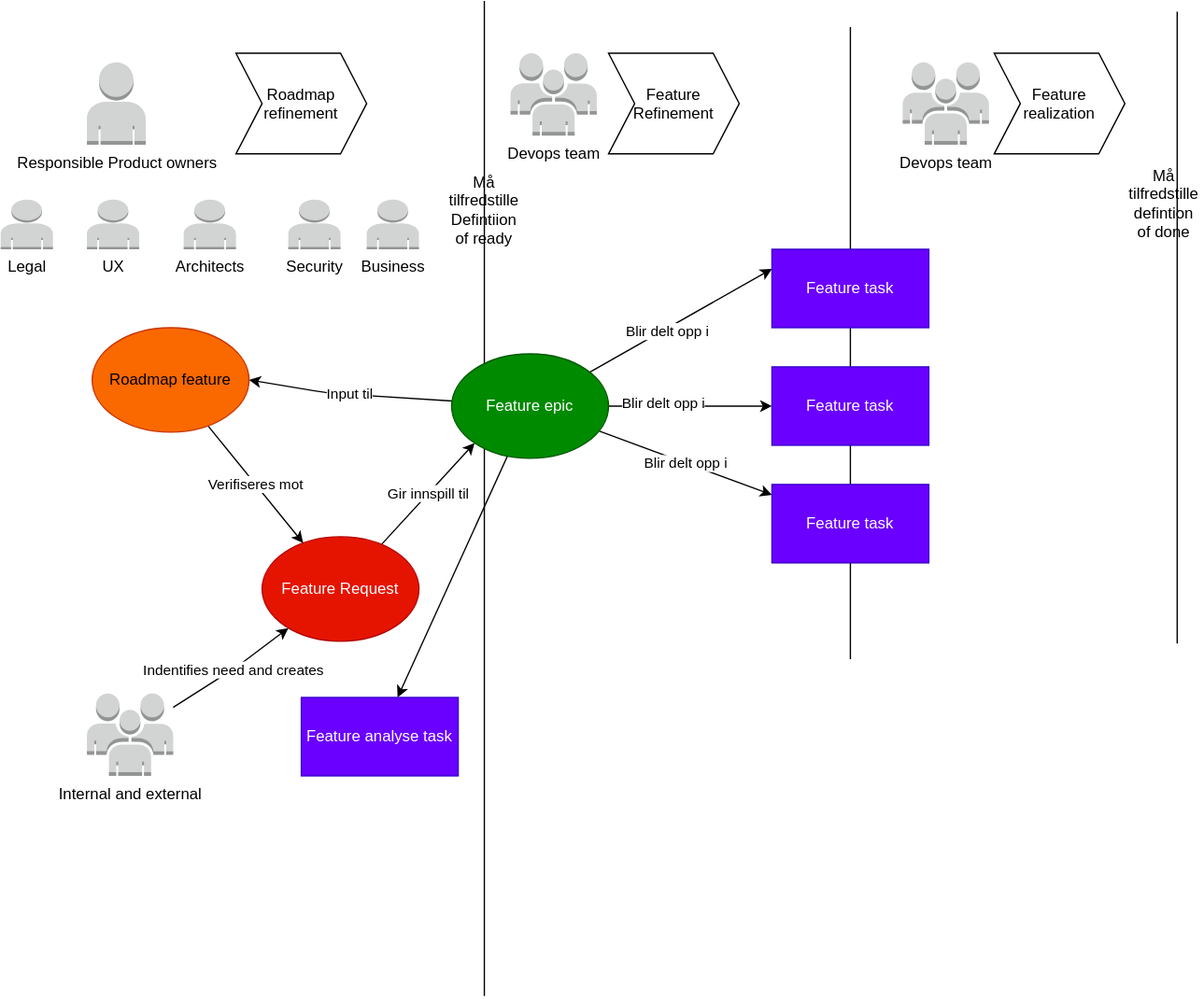
This is content/community/devops/roadmapprocess/roadmapprocess.drawio.svg from Altinn/altinn-studio-docs, a draw.io export, as it was before one commit. Source tidied: cells renumbered, new cells last; positions are measured from the earlier drawing's top-left corner, leaving out a move shared by most shapes.
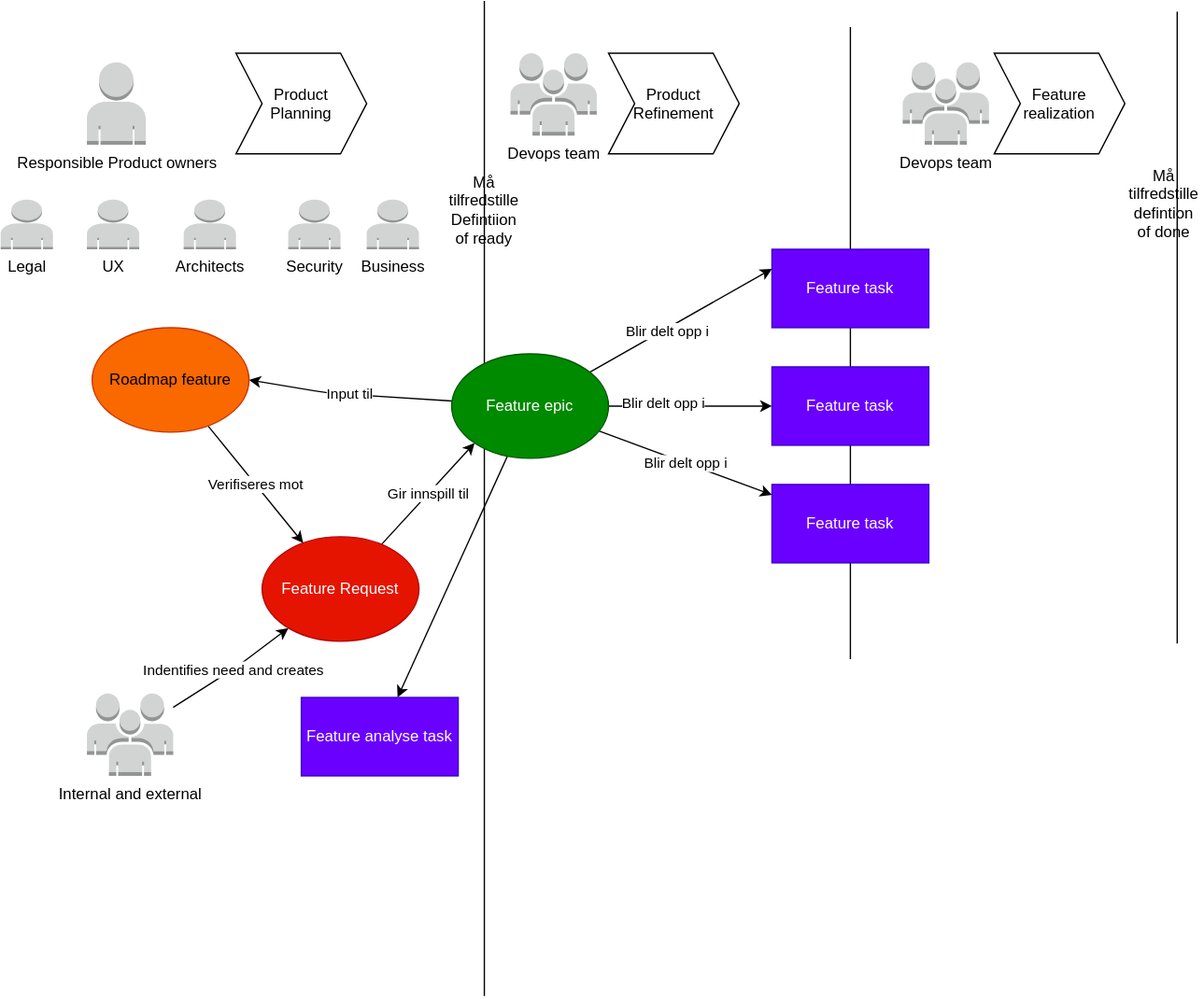
The same file after the commit.

Diff of the diagram source:
```diff
@@ -14,13 +14,13 @@
         <mxPoint x="650" y="20" as="targetPoint" />
       </mxGeometry>
     </mxCell>
-    <mxCell id="4" value="Feature&#10;Refinement" style="shape=step;perimeter=stepPerimeter;fixedSize=1;" parent="1" vertex="1">
+    <mxCell id="4" value="Product&#10;Refinement" style="shape=step;perimeter=stepPerimeter;fixedSize=1;" parent="1" vertex="1">
       <mxGeometry x="465" y="40" width="100" height="77" as="geometry" />
     </mxCell>
     <mxCell id="5" value="Feature&#10;realization" style="shape=step;perimeter=stepPerimeter;fixedSize=1;" parent="1" vertex="1">
       <mxGeometry x="760" y="40" width="100" height="77" as="geometry" />
     </mxCell>
-    <mxCell id="6" value="Roadmap &#10;refinement" style="shape=step;perimeter=stepPerimeter;fixedSize=1;" parent="1" vertex="1">
+    <mxCell id="6" value="Product &#10;Planning" style="shape=step;perimeter=stepPerimeter;fixedSize=1;" parent="1" vertex="1">
       <mxGeometry x="180" y="40" width="100" height="77" as="geometry" />
     </mxCell>
     <mxCell id="7" value="Gir innspill til" style="edgeStyle=none;html=1;entryX=0;entryY=1;entryDx=0;entryDy=0;" parent="1" edge="1" source="8" target="27">
```
